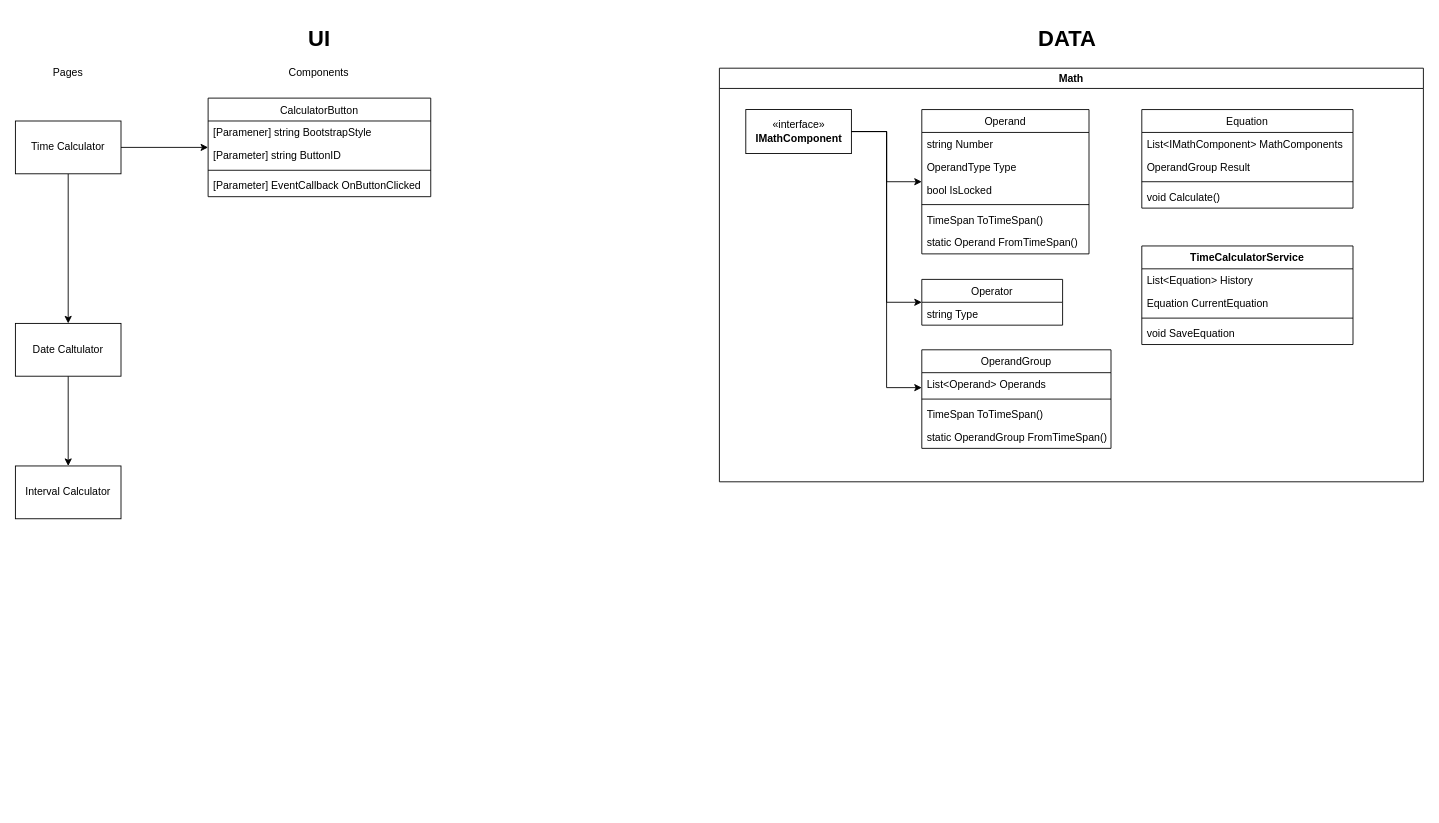
Before: Diagram.drawio in Polarts/BlazingTimeCalculator, a draw.io diagram. Source tidied: cells renumbered, new cells numbered last; positions are measured from the earlier drawing's top-left corner, leaving out a move shared by most shapes. Both pictures are drawn from the tidied source at 88%, with x=0, y=0 at pixel (15, 15).
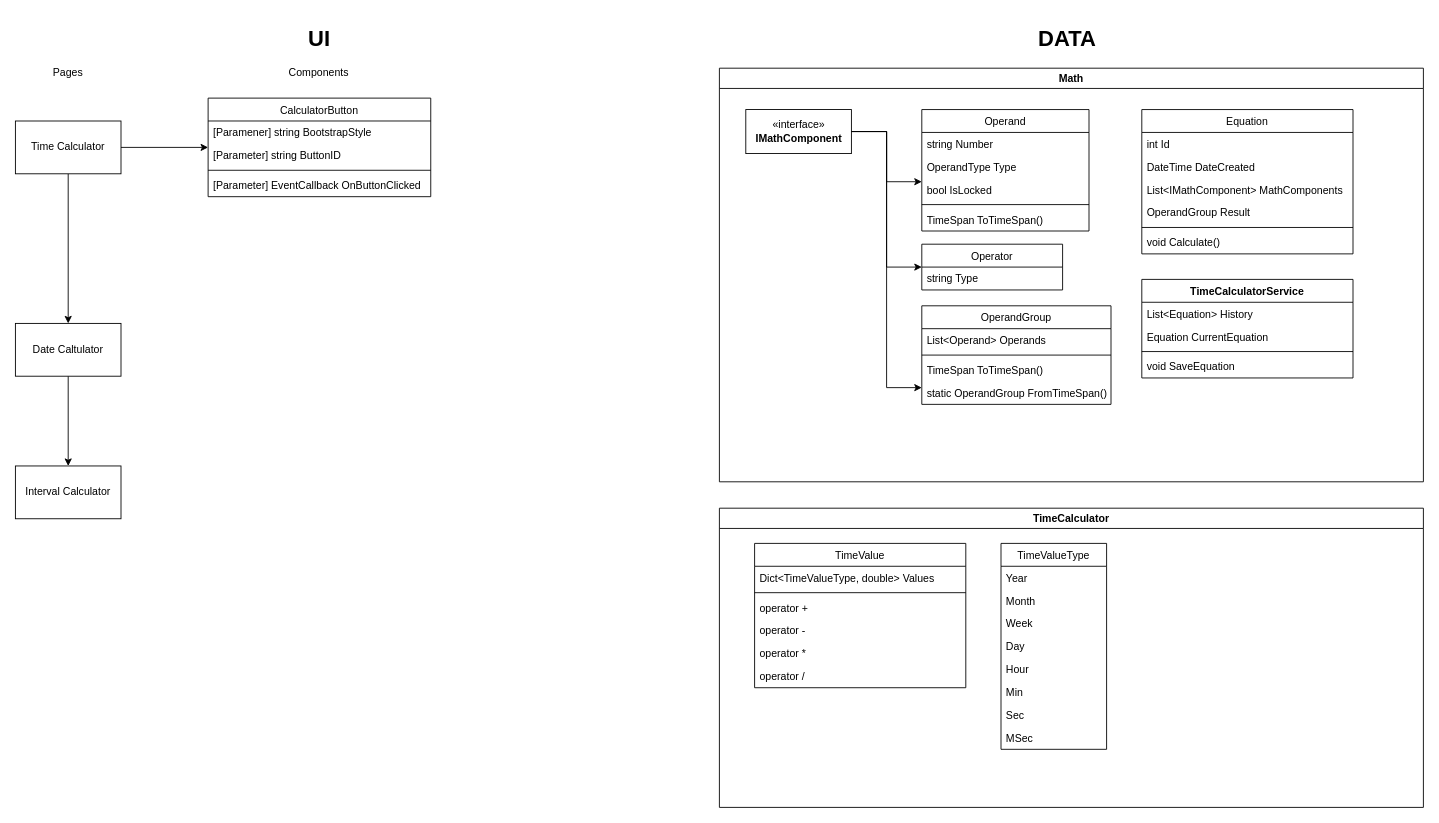
The same diagram, later.

Unchanged cells that the change refers to:
```xml
<mxCell id="17" value="Math" style="swimlane;" parent="1" vertex="1">
  <mxGeometry x="800" y="60" width="800" height="470" as="geometry" />
</mxCell>
<mxCell id="26" value="«interface»&lt;br&gt;&lt;b&gt;IMathComponent&lt;/b&gt;" style="html=1;" parent="17" vertex="1">
  <mxGeometry x="30" y="47" width="120" height="50" as="geometry" />
</mxCell>
```

What changed in the source:
```diff
@@
     <mxCell id="18" value="Operand" style="swimlane;fontStyle=0;horizontal=1;startSize=26;fillColor=none;fontSize=12;" parent="17" vertex="1">
-      <mxGeometry x="230" y="47" width="190" height="164" as="geometry" />
+      <mxGeometry x="230" y="47" width="190" height="138" as="geometry" />
     </mxCell>
@@
-    <mxCell id="24" value="static Operand FromTimeSpan()" style="text;strokeColor=none;fillColor=none;align=left;verticalAlign=top;spacingLeft=4;spacingRight=4;overflow=hidden;fontSize=12;" parent="18" vertex="1">
-      <mxGeometry y="138" width="190" height="26" as="geometry" />
-    </mxCell>
@@
     <mxCell id="27" value="Operator" style="swimlane;fontStyle=0;horizontal=1;startSize=26;fillColor=none;fontSize=12;" parent="17" vertex="1">
-      <mxGeometry x="230" y="240" width="160" height="52" as="geometry" />
+      <mxGeometry x="230" y="200" width="160" height="52" as="geometry" />
     </mxCell>
@@
     <mxCell id="29" style="edgeStyle=orthogonalEdgeStyle;rounded=0;jettySize=auto;html=1;" parent="17" edge="1" source="26" target="27">
       <mxGeometry relative="1" as="geometry">
         <Array as="points">
           <mxPoint x="190" y="72" />
-          <mxPoint x="190" y="266" />
+          <mxPoint x="190" y="226" />
         </Array>
       </mxGeometry>
     </mxCell>
     <mxCell id="30" value="OperandGroup" style="swimlane;fontStyle=0;horizontal=1;startSize=26;fillColor=none;fontSize=12;" parent="17" vertex="1">
-      <mxGeometry x="230" y="320" width="215" height="112" as="geometry" />
+      <mxGeometry x="230" y="270" width="215" height="112" as="geometry" />
     </mxCell>
@@
     <mxCell id="36" value="Equation" style="swimlane;fontStyle=0;horizontal=1;startSize=26;fillColor=none;" parent="17" vertex="1">
-      <mxGeometry x="480" y="47" width="240" height="112" as="geometry" />
+      <mxGeometry x="480" y="47" width="240" height="164" as="geometry" />
     </mxCell>
+    <mxCell id="46" value="int Id " style="text;strokeColor=none;fillColor=none;align=left;verticalAlign=top;spacingLeft=4;spacingRight=4;overflow=hidden;" parent="36" vertex="1">
+      <mxGeometry y="26" width="240" height="26" as="geometry" />
+    </mxCell>
+    <mxCell id="47" value="DateTime DateCreated" style="text;strokeColor=none;fillColor=none;align=left;verticalAlign=top;spacingLeft=4;spacingRight=4;overflow=hidden;" parent="36" vertex="1">
+      <mxGeometry y="52" width="240" height="26" as="geometry" />
+    </mxCell>
     <mxCell id="37" value="List&lt;IMathComponent&gt; MathComponents" style="text;strokeColor=none;fillColor=none;align=left;verticalAlign=top;spacingLeft=4;spacingRight=4;overflow=hidden;" parent="36" vertex="1">
-      <mxGeometry y="26" width="240" height="26" as="geometry" />
+      <mxGeometry y="78" width="240" height="26" as="geometry" />
     </mxCell>
     <mxCell id="38" value="OperandGroup Result" style="text;strokeColor=none;fillColor=none;align=left;verticalAlign=top;spacingLeft=4;spacingRight=4;overflow=hidden;" parent="36" vertex="1">
-      <mxGeometry y="52" width="240" height="26" as="geometry" />
+      <mxGeometry y="104" width="240" height="26" as="geometry" />
     </mxCell>
     <mxCell id="39" style="line;strokeWidth=1;fillColor=none;align=left;verticalAlign=middle;spacingTop=-1;spacingLeft=3;spacingRight=3;labelPosition=right;" parent="36" vertex="1">
-      <mxGeometry y="78" width="240" height="8" as="geometry" />
+      <mxGeometry y="130" width="240" height="8" as="geometry" />
     </mxCell>
     <mxCell id="40" value="void Calculate()" style="text;strokeColor=none;fillColor=none;align=left;verticalAlign=top;spacingLeft=4;spacingRight=4;overflow=hidden;" parent="36" vertex="1">
-      <mxGeometry y="86" width="240" height="26" as="geometry" />
+      <mxGeometry y="138" width="240" height="26" as="geometry" />
     </mxCell>
     <mxCell id="41" value="TimeCalculatorService" style="swimlane;fontStyle=1;align=center;verticalAlign=top;horizontal=1;startSize=26;" parent="17" vertex="1">
-      <mxGeometry x="480" y="202" width="240" height="112" as="geometry" />
+      <mxGeometry x="480" y="240" width="240" height="112" as="geometry" />
     </mxCell>
@@
+    <mxCell id="48" value="TimeCalculator" style="swimlane;" parent="1" vertex="1">
+      <mxGeometry x="800" y="560" width="800" height="340" as="geometry" />
+    </mxCell>
+    <mxCell id="49" value="TimeValue" style="swimlane;fontStyle=0;horizontal=1;startSize=26;fillColor=none;" parent="48" vertex="1">
+      <mxGeometry x="40" y="40" width="240" height="164" as="geometry" />
+    </mxCell>
+    <mxCell id="50" value="Dict&lt;TimeValueType, double&gt; Values" style="text;strokeColor=none;fillColor=none;align=left;verticalAlign=top;spacingLeft=4;spacingRight=4;overflow=hidden;" parent="49" vertex="1">
+      <mxGeometry y="26" width="240" height="26" as="geometry" />
+    </mxCell>
+    <mxCell id="51" style="line;strokeWidth=1;fillColor=none;align=left;verticalAlign=middle;spacingTop=-1;spacingLeft=3;spacingRight=3;labelPosition=right;" parent="49" vertex="1">
+      <mxGeometry y="52" width="240" height="8" as="geometry" />
+    </mxCell>
+    <mxCell id="52" value="operator +" style="text;strokeColor=none;fillColor=none;align=left;verticalAlign=top;spacingLeft=4;spacingRight=4;overflow=hidden;" parent="49" vertex="1">
+      <mxGeometry y="60" width="240" height="26" as="geometry" />
+    </mxCell>
+    <mxCell id="53" value="operator -" style="text;strokeColor=none;fillColor=none;align=left;verticalAlign=top;spacingLeft=4;spacingRight=4;overflow=hidden;" parent="49" vertex="1">
+      <mxGeometry y="86" width="240" height="26" as="geometry" />
+    </mxCell>
+    <mxCell id="54" value="operator *" style="text;strokeColor=none;fillColor=none;align=left;verticalAlign=top;spacingLeft=4;spacingRight=4;overflow=hidden;" parent="49" vertex="1">
+      <mxGeometry y="112" width="240" height="26" as="geometry" />
+    </mxCell>
+    <mxCell id="55" value="operator /" style="text;strokeColor=none;fillColor=none;align=left;verticalAlign=top;spacingLeft=4;spacingRight=4;overflow=hidden;" parent="49" vertex="1">
+      <mxGeometry y="138" width="240" height="26" as="geometry" />
+    </mxCell>
+    <mxCell id="56" value="TimeValueType" style="swimlane;fontStyle=0;horizontal=1;startSize=26;fillColor=none;" parent="48" vertex="1">
+      <mxGeometry x="320" y="40" width="120" height="234" as="geometry" />
+    </mxCell>
+    <mxCell id="57" value="Year" style="text;strokeColor=none;fillColor=none;align=left;verticalAlign=top;spacingLeft=4;spacingRight=4;overflow=hidden;" parent="56" vertex="1">
+      <mxGeometry y="26" width="120" height="26" as="geometry" />
+    </mxCell>
+    <mxCell id="58" value="Month" style="text;strokeColor=none;fillColor=none;align=left;verticalAlign=top;spacingLeft=4;spacingRight=4;overflow=hidden;" parent="56" vertex="1">
+      <mxGeometry y="52" width="120" height="26" as="geometry" />
+    </mxCell>
+    <mxCell id="59" value="Week" style="text;strokeColor=none;fillColor=none;align=left;verticalAlign=top;spacingLeft=4;spacingRight=4;overflow=hidden;" parent="56" vertex="1">
+      <mxGeometry y="78" width="120" height="26" as="geometry" />
+    </mxCell>
+    <mxCell id="60" value="Day" style="text;strokeColor=none;fillColor=none;align=left;verticalAlign=top;spacingLeft=4;spacingRight=4;overflow=hidden;" parent="56" vertex="1">
+      <mxGeometry y="104" width="120" height="26" as="geometry" />
+    </mxCell>
+    <mxCell id="61" value="Hour" style="text;strokeColor=none;fillColor=none;align=left;verticalAlign=top;spacingLeft=4;spacingRight=4;overflow=hidden;" parent="56" vertex="1">
+      <mxGeometry y="130" width="120" height="26" as="geometry" />
+    </mxCell>
+    <mxCell id="62" value="Min " style="text;strokeColor=none;fillColor=none;align=left;verticalAlign=top;spacingLeft=4;spacingRight=4;overflow=hidden;" parent="56" vertex="1">
+      <mxGeometry y="156" width="120" height="26" as="geometry" />
+    </mxCell>
+    <mxCell id="63" value="Sec" style="text;strokeColor=none;fillColor=none;align=left;verticalAlign=top;spacingLeft=4;spacingRight=4;overflow=hidden;" parent="56" vertex="1">
+      <mxGeometry y="182" width="120" height="26" as="geometry" />
+    </mxCell>
+    <mxCell id="64" value="MSec" style="text;strokeColor=none;fillColor=none;align=left;verticalAlign=top;spacingLeft=4;spacingRight=4;overflow=hidden;" parent="56" vertex="1">
+      <mxGeometry y="208" width="120" height="26" as="geometry" />
+    </mxCell>
```
